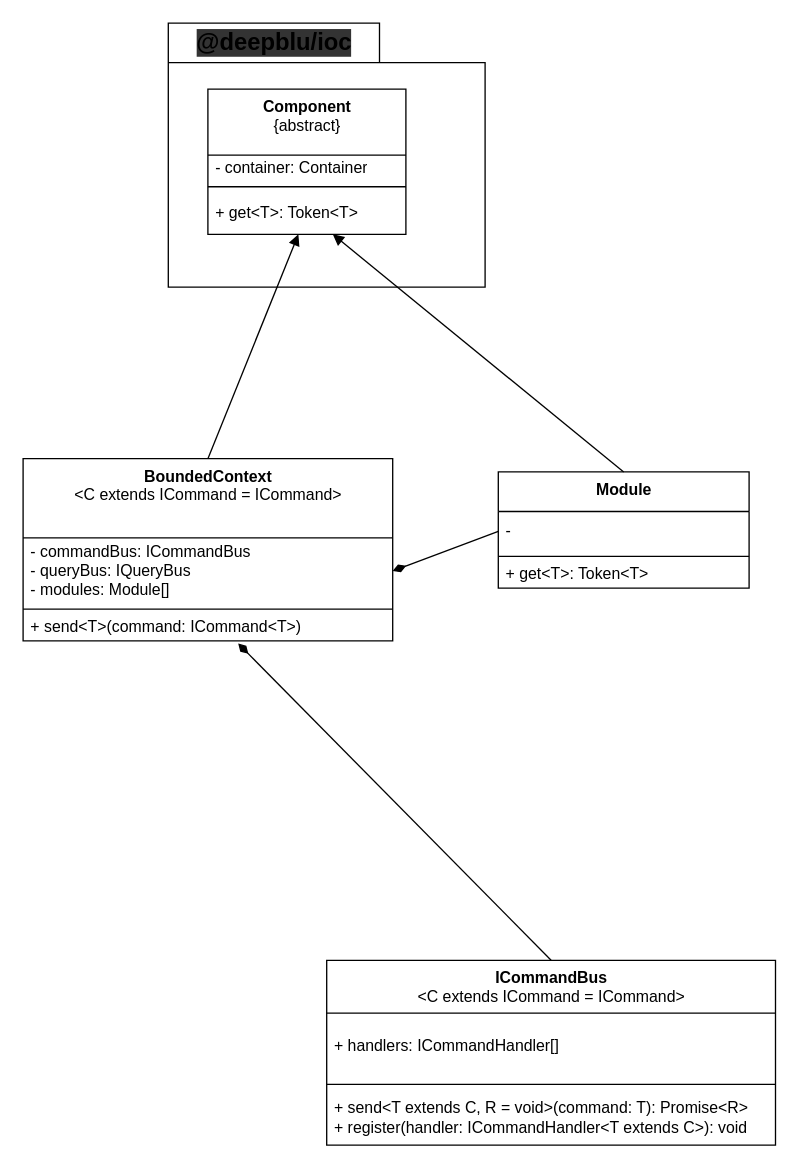
Before: libs/packages/ddd/docs/diagrams/src/ddd-common.class.drawio in deepbludev/deepblu, a draw.io diagram. Source tidied: cells renumbered, new cells numbered last; positions are measured from the earlier drawing's top-left corner, leaving out a move shared by most shapes. Both pictures are drawn from the tidied source at 132%, with x=0, y=0 at pixel (22, 22).
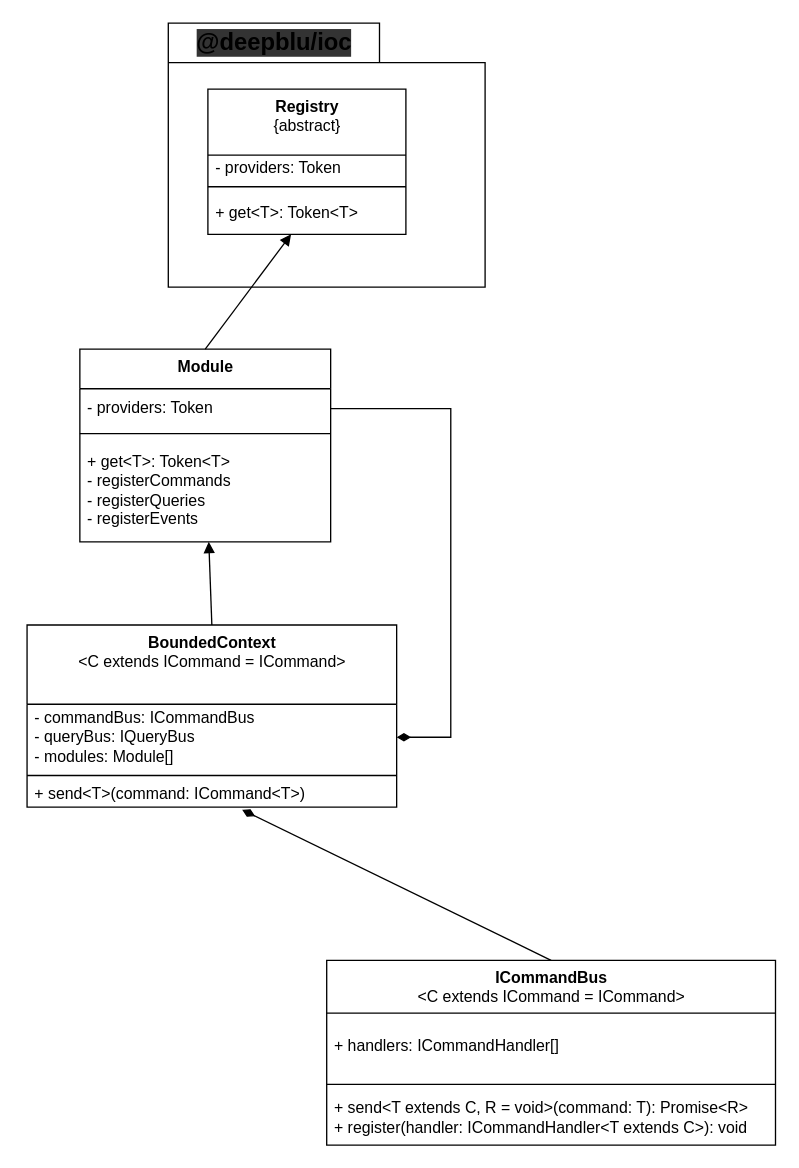
The same page after the edit.

Commit message:
docs(ioc): update uml class diagram

Unchanged cells that the change refers to:
```xml
<mxCell id="3" value="@deepblu/ioc" style="shape=folder;fontStyle=1;tabWidth=160;tabHeight=30;tabPosition=left;html=1;boundedLbl=1;labelInHeader=1;labelBackgroundColor=#333333;fontSize=18;" parent="2" vertex="1">
  <mxGeometry x="110" width="240" height="200" as="geometry" />
</mxCell>
<mxCell id="7" value="+ get&amp;lt;T&amp;gt;: Token&amp;lt;T&amp;gt;" style="text;html=1;strokeColor=none;fillColor=none;align=left;verticalAlign=middle;spacingLeft=4;spacingRight=4;overflow=hidden;points=[[0,0.5],[1,0.5]];portConstraint=eastwest;rounded=0;" parent="4" vertex="1">
  <mxGeometry y="78" width="150" height="32" as="geometry" />
</mxCell>
<mxCell id="14" value="- commandBus: ICommandBus&lt;br&gt;- queryBus: IQueryBus&lt;br&gt;- modules: Module[]" style="text;html=1;strokeColor=none;fillColor=none;align=left;verticalAlign=middle;spacingLeft=4;spacingRight=4;overflow=hidden;points=[[0,0.5],[1,0.5]];portConstraint=eastwest;rounded=0;" parent="13" vertex="1">
  <mxGeometry y="60" width="280" height="50" as="geometry" />
</mxCell>
```

The edit, as a diff of the source:
```diff
@@
-    <mxCell id="4" value="&lt;b&gt;Component&lt;/b&gt;&lt;br&gt;{abstract}" style="swimlane;fontStyle=0;align=center;verticalAlign=top;horizontal=1;startSize=50;html=1;rounded=0;" parent="3" vertex="1">
+    <mxCell id="4" value="&lt;b&gt;Registry&lt;/b&gt;&lt;br&gt;{abstract}" style="swimlane;fontStyle=0;align=center;verticalAlign=top;horizontal=1;startSize=50;html=1;rounded=0;" parent="3" vertex="1">
       <mxGeometry x="30" y="50" width="150" height="110" as="geometry" />
     </mxCell>
-    <mxCell id="5" value="- container: Container" style="text;html=1;strokeColor=none;fillColor=none;align=left;verticalAlign=middle;spacingLeft=4;spacingRight=4;overflow=hidden;rounded=0;" parent="4" vertex="1">
+    <mxCell id="5" value="- providers: Token" style="text;html=1;strokeColor=none;fillColor=none;align=left;verticalAlign=middle;spacingLeft=4;spacingRight=4;overflow=hidden;rounded=0;" parent="4" vertex="1">
       <mxGeometry y="50" width="150" height="20" as="geometry" />
     </mxCell>
@@
     <mxCell id="8" value="&lt;b&gt;Module&lt;/b&gt;" style="swimlane;fontStyle=0;align=center;verticalAlign=top;horizontal=1;startSize=30;html=1;rounded=0;" parent="2" vertex="1">
-      <mxGeometry x="360" y="340" width="190" height="88" as="geometry" />
+      <mxGeometry x="43" y="247" width="190" height="146" as="geometry" />
     </mxCell>
-    <mxCell id="9" value="-&amp;nbsp;" style="text;html=1;strokeColor=none;fillColor=none;align=left;verticalAlign=middle;spacingLeft=4;spacingRight=4;overflow=hidden;points=[[0,0.5],[1,0.5]];portConstraint=eastwest;rounded=0;" parent="8" vertex="1">
+    <mxCell id="9" value="- providers: Token" style="text;html=1;strokeColor=none;fillColor=none;align=left;verticalAlign=middle;spacingLeft=4;spacingRight=4;overflow=hidden;points=[[0,0.5],[1,0.5]];portConstraint=eastwest;rounded=0;" parent="8" vertex="1">
       <mxGeometry y="30" width="190" height="30" as="geometry" />
     </mxCell>
@@
-    <mxCell id="11" value="+ get&amp;lt;T&amp;gt;: Token&amp;lt;T&amp;gt;" style="text;html=1;strokeColor=none;fillColor=none;align=left;verticalAlign=middle;spacingLeft=4;spacingRight=4;overflow=hidden;rounded=0;" parent="8" vertex="1">
-      <mxGeometry y="68" width="190" height="20" as="geometry" />
+    <mxCell id="11" value="+ get&amp;lt;T&amp;gt;: Token&amp;lt;T&amp;gt;&lt;br&gt;- registerCommands&lt;br&gt;- registerQueries&lt;br&gt;- registerEvents" style="text;html=1;strokeColor=none;fillColor=none;align=left;verticalAlign=middle;spacingLeft=4;spacingRight=4;overflow=hidden;rounded=0;" parent="8" vertex="1">
+      <mxGeometry y="68" width="190" height="78" as="geometry" />
     </mxCell>
@@
     <mxCell id="13" value="&lt;b&gt;BoundedContext&lt;br&gt;&lt;/b&gt;&amp;lt;C extends ICommand = ICommand&amp;gt;&lt;b&gt;&lt;br&gt;&lt;/b&gt;" style="swimlane;fontStyle=0;align=center;verticalAlign=top;horizontal=1;startSize=60;html=1;rounded=0;" parent="2" vertex="1">
-      <mxGeometry y="330" width="280" height="138" as="geometry" />
+      <mxGeometry x="3" y="456" width="280" height="138" as="geometry" />
     </mxCell>
@@
-    <mxCell id="17" style="endArrow=none;startArrow=diamondThin;endFill=0;startFill=1;html=1;verticalAlign=bottom;labelBackgroundColor=none;strokeWidth=1;startSize=8;endSize=8;entryX=0;entryY=0.5;entryDx=0;entryDy=0;exitX=1;exitY=0.5;exitDx=0;exitDy=0;rounded=0;" parent="2" edge="1" source="14" target="9">
-      <mxGeometry relative="1" as="geometry" />
+    <mxCell id="17" style="endArrow=none;startArrow=diamondThin;endFill=0;startFill=1;html=1;verticalAlign=bottom;labelBackgroundColor=none;strokeWidth=1;startSize=8;endSize=8;entryX=1;entryY=0.5;entryDx=0;entryDy=0;rounded=0;exitX=1;exitY=0.5;exitDx=0;exitDy=0;" parent="2" edge="1" source="14" target="9">
+      <mxGeometry relative="1" as="geometry">
+        <Array as="points">
+          <mxPoint x="324" y="541" />
+          <mxPoint x="324" y="292" />
+        </Array>
+      </mxGeometry>
     </mxCell>
@@
-    <mxCell id="22" style="html=1;verticalAlign=bottom;labelBackgroundColor=none;endArrow=block;endFill=1;exitX=0.5;exitY=0;exitDx=0;exitDy=0;rounded=0;" parent="2" edge="1" source="13" target="7">
+    <mxCell id="22" style="html=1;verticalAlign=bottom;labelBackgroundColor=none;endArrow=block;endFill=1;exitX=0.5;exitY=0;exitDx=0;exitDy=0;rounded=0;" parent="2" edge="1" source="13" target="8">
       <mxGeometry relative="1" as="geometry" />
     </mxCell>
```
